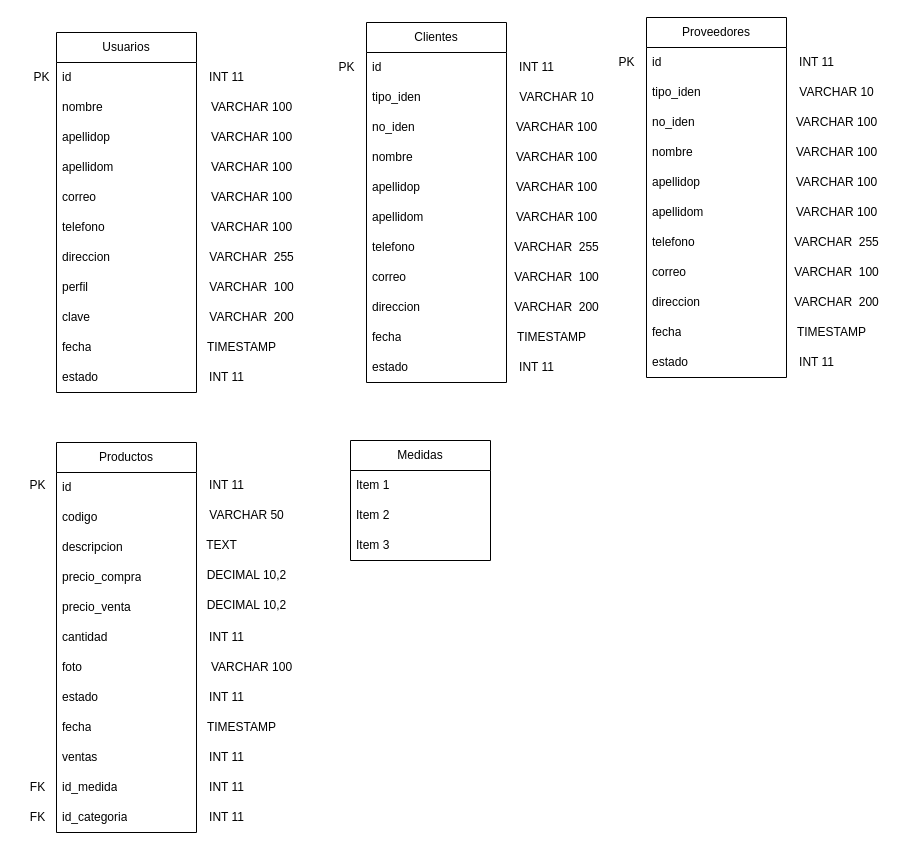
Above: page "Página-2" (2 of 2) of Proyecto_Desarrollo.drawio in Memo231823/ProyectoP (draw.io), before the change. Source tidied: cells renumbered, new cells numbered last; positions are measured from the earlier drawing's top-left corner, leaving out a move shared by most shapes. Both pictures are drawn from the tidied source at 100%, with x=0, y=0 at pixel (17, 17).
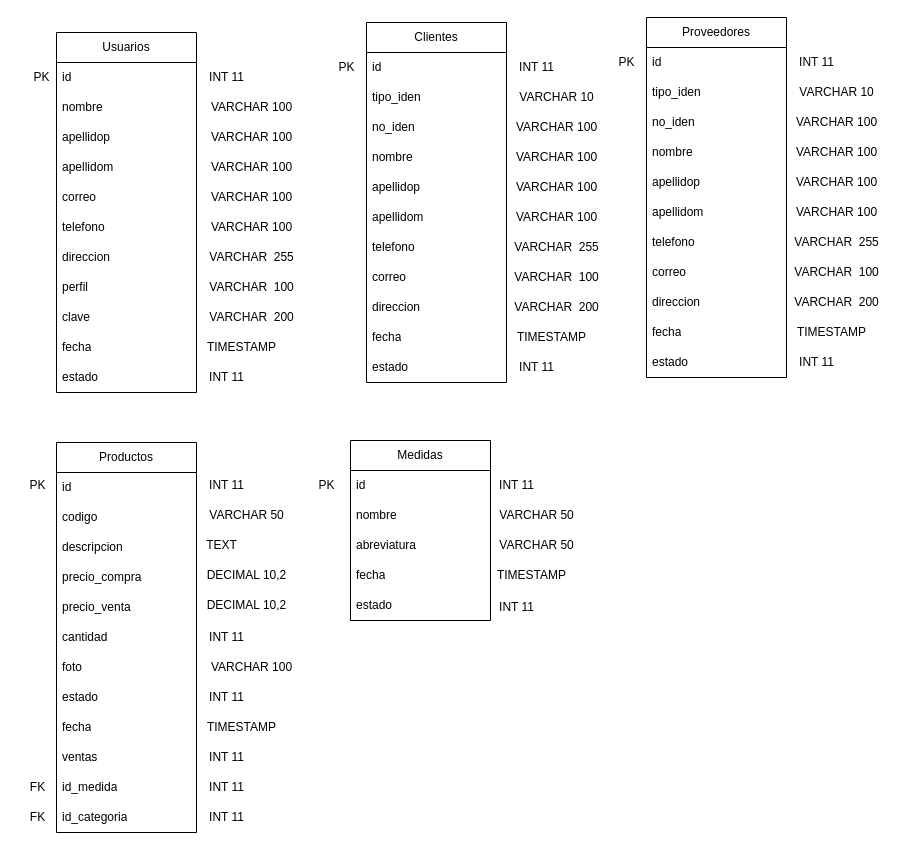
After the change.

Diff of the diagram source:
```diff
@@
     <mxCell id="102" value="Medidas" style="swimlane;fontStyle=0;horizontal=1;startSize=30;whiteSpace=wrap;html=1;" parent="1" vertex="1">
-      <mxGeometry x="333" y="423" width="140" height="120" as="geometry" />
+      <mxGeometry x="333" y="423" width="140" height="180" as="geometry" />
     </mxCell>
-    <mxCell id="103" value="Item 1" style="text;strokeColor=none;fillColor=none;align=left;verticalAlign=middle;spacingLeft=4;spacingRight=4;overflow=hidden;whiteSpace=wrap;html=1;" parent="102" vertex="1">
+    <mxCell id="103" value="id" style="text;strokeColor=none;fillColor=none;align=left;verticalAlign=middle;spacingLeft=4;spacingRight=4;overflow=hidden;whiteSpace=wrap;html=1;" parent="102" vertex="1">
       <mxGeometry y="30" width="140" height="30" as="geometry" />
     </mxCell>
-    <mxCell id="104" value="Item 2" style="text;strokeColor=none;fillColor=none;align=left;verticalAlign=middle;spacingLeft=4;spacingRight=4;overflow=hidden;whiteSpace=wrap;html=1;" parent="102" vertex="1">
+    <mxCell id="104" value="nombre" style="text;strokeColor=none;fillColor=none;align=left;verticalAlign=middle;spacingLeft=4;spacingRight=4;overflow=hidden;whiteSpace=wrap;html=1;" parent="102" vertex="1">
       <mxGeometry y="60" width="140" height="30" as="geometry" />
     </mxCell>
-    <mxCell id="105" value="Item 3" style="text;strokeColor=none;fillColor=none;align=left;verticalAlign=middle;spacingLeft=4;spacingRight=4;overflow=hidden;whiteSpace=wrap;html=1;" parent="102" vertex="1">
+    <mxCell id="105" value="abreviatura" style="text;strokeColor=none;fillColor=none;align=left;verticalAlign=middle;spacingLeft=4;spacingRight=4;overflow=hidden;whiteSpace=wrap;html=1;" parent="102" vertex="1">
       <mxGeometry y="90" width="140" height="30" as="geometry" />
     </mxCell>
+    <mxCell id="106" value="fecha" style="text;strokeColor=none;fillColor=none;align=left;verticalAlign=middle;spacingLeft=4;spacingRight=4;overflow=hidden;whiteSpace=wrap;html=1;" parent="102" vertex="1">
+      <mxGeometry y="120" width="140" height="30" as="geometry" />
+    </mxCell>
+    <mxCell id="107" value="estado" style="text;strokeColor=none;fillColor=none;align=left;verticalAlign=middle;spacingLeft=4;spacingRight=4;overflow=hidden;whiteSpace=wrap;html=1;" parent="102" vertex="1">
+      <mxGeometry y="150" width="140" height="30" as="geometry" />
+    </mxCell>
+    <mxCell id="108" value="PK" style="text;html=1;align=center;verticalAlign=middle;strokeColor=none;fillColor=none;" parent="1" vertex="1">
+      <mxGeometry x="289" y="453" width="40" height="30" as="geometry" />
+    </mxCell>
+    <mxCell id="109" value="INT 11" style="text;html=1;align=center;verticalAlign=middle;strokeColor=none;fillColor=none;" parent="1" vertex="1">
+      <mxGeometry x="469" y="453" width="60" height="30" as="geometry" />
+    </mxCell>
+    <mxCell id="110" value="VARCHAR 50" style="text;html=1;align=center;verticalAlign=middle;strokeColor=none;fillColor=none;" parent="1" vertex="1">
+      <mxGeometry x="469" y="483" width="100" height="30" as="geometry" />
+    </mxCell>
+    <mxCell id="111" value="VARCHAR 50" style="text;html=1;align=center;verticalAlign=middle;strokeColor=none;fillColor=none;" parent="1" vertex="1">
+      <mxGeometry x="469" y="513" width="100" height="30" as="geometry" />
+    </mxCell>
+    <mxCell id="112" value="TIMESTAMP" style="text;html=1;align=center;verticalAlign=middle;strokeColor=none;fillColor=none;" parent="1" vertex="1">
+      <mxGeometry x="469" y="543" width="90" height="30" as="geometry" />
+    </mxCell>
+    <mxCell id="113" value="INT 11" style="text;html=1;align=center;verticalAlign=middle;strokeColor=none;fillColor=none;" parent="1" vertex="1">
+      <mxGeometry x="469" y="575" width="60" height="30" as="geometry" />
+    </mxCell>
```
